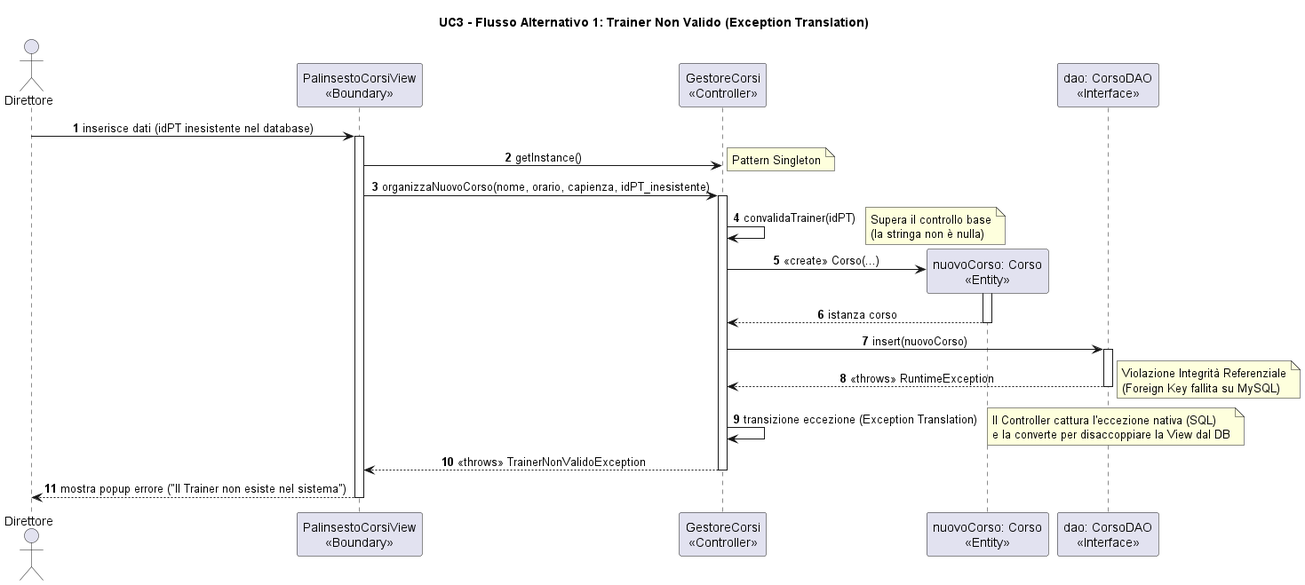
svilu999/Progetto-ScriptActive keeps this PlantUML diagram as ScriptActive/Documenti/08. Diagrammi di Sequenza/Visualizzazioni/DSequenzaUC3Alt2.png. Above is the earlier version. Source of this version:
```plantuml
@startuml
skinparam monochrome false
skinparam packageStyle rectangle
skinparam sequenceMessageAlign center


title UC3 - Flusso Alternativo 1: Trainer Non Valido (Exception Translation)


autonumber
actor "Direttore" as D
participant "PalinsestoCorsiView\n<<Boundary>>" as V
participant "GestoreCorsi\n<<Controller>>" as C
participant "nuovoCorso: Corso\n<<Entity>>" as E
participant "dao: CorsoDAO\n<<Interface>>" as DAO


D -> V : inserisce dati (idPT inesistente nel database)
activate V


V -> C : getInstance()
note right: Pattern Singleton


V -> C : organizzaNuovoCorso(nome, orario, capienza, idPT_inesistente)
activate C


C -> C : convalidaTrainer(idPT)
note right: Supera il controllo base\n(la stringa non è nulla)


create E
C -> E : <<create>> Corso(...)
activate E
E --> C : istanza corso
deactivate E


C -> DAO : insert(nuovoCorso)
activate DAO
DAO --> C : <<throws>> RuntimeException
note right: Violazione Integrità Referenziale\n(Foreign Key fallita su MySQL)
deactivate DAO


C -> C : transizione eccezione (Exception Translation)
note right: Il Controller cattura l'eccezione nativa (SQL)\ne la converte per disaccoppiare la View dal DB


C --> V : <<throws>> TrainerNonValidoException
deactivate C


V --> D : mostra popup errore ("Il Trainer non esiste nel sistema")
deactivate V


@enduml
```
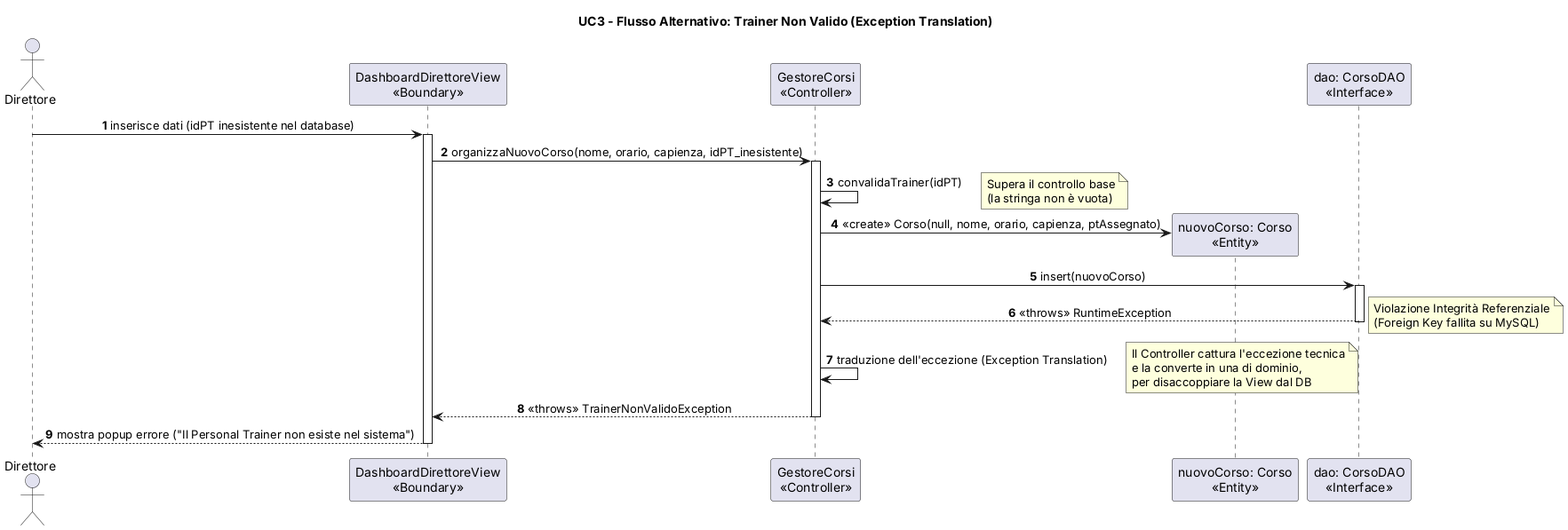
The same file after the commit.

Change to the diagram source:
```diff
@@ -1,42 +1,28 @@
-@startuml
+@startuml DSequenzaUC3Alt2
 skinparam monochrome false
 skinparam packageStyle rectangle
 skinparam sequenceMessageAlign center
 
+title UC3 - Flusso Alternativo: Trainer Non Valido (Exception Translation)
+autonumber
 
-title UC3 - Flusso Alternativo 1: Trainer Non Valido (Exception Translation)
-
-
-autonumber
 actor "Direttore" as D
-participant "PalinsestoCorsiView\n<<Boundary>>" as V
+participant "DashboardDirettoreView\n<<Boundary>>" as V
 participant "GestoreCorsi\n<<Controller>>" as C
 participant "nuovoCorso: Corso\n<<Entity>>" as E
 participant "dao: CorsoDAO\n<<Interface>>" as DAO
 
-
 D -> V : inserisce dati (idPT inesistente nel database)
 activate V
-
-
-V -> C : getInstance()
-note right: Pattern Singleton
-
 
 V -> C : organizzaNuovoCorso(nome, orario, capienza, idPT_inesistente)
 activate C
 
-
 C -> C : convalidaTrainer(idPT)
-note right: Supera il controllo base\n(la stringa non è nulla)
-
+note right: Supera il controllo base\n(la stringa non è vuota)
 
 create E
-C -> E : <<create>> Corso(...)
-activate E
-E --> C : istanza corso
-deactivate E
-
+C -> E : <<create>> Corso(null, nome, orario, capienza, ptAssegnato)
 
 C -> DAO : insert(nuovoCorso)
 activate DAO
@@ -44,17 +30,12 @@
 note right: Violazione Integrità Referenziale\n(Foreign Key fallita su MySQL)
 deactivate DAO
 
-
-C -> C : transizione eccezione (Exception Translation)
-note right: Il Controller cattura l'eccezione nativa (SQL)\ne la converte per disaccoppiare la View dal DB
-
+C -> C : traduzione dell'eccezione (Exception Translation)
+note right: Il Controller cattura l'eccezione tecnica\ne la converte in una di dominio,\nper disaccoppiare la View dal DB
 
 C --> V : <<throws>> TrainerNonValidoException
 deactivate C
 
-
-V --> D : mostra popup errore ("Il Trainer non esiste nel sistema")
+V --> D : mostra popup errore ("Il Personal Trainer non esiste nel sistema")
 deactivate V
-
-
 @enduml
```
